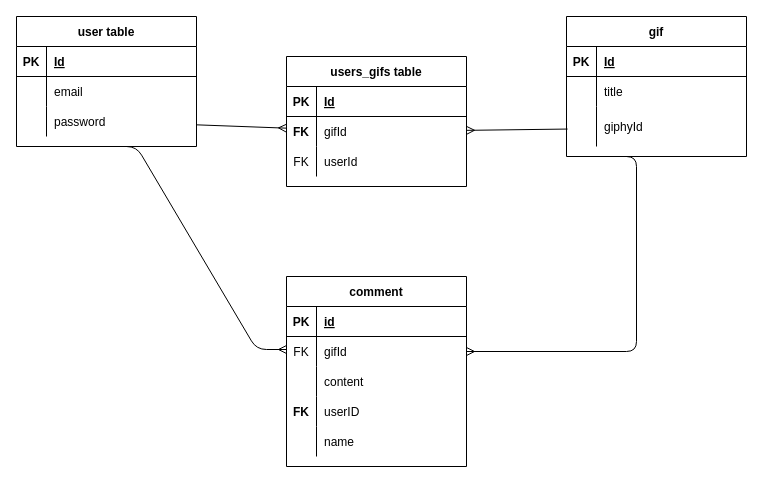
Before: .drawio in OmgVal/Project-2, a draw.io diagram. Source tidied: cells renumbered, new cells numbered last; positions are measured from the earlier drawing's top-left corner, leaving out a move shared by most shapes. Both pictures are drawn from the tidied source at 100%, with x=0, y=0 at pixel (16, 16).
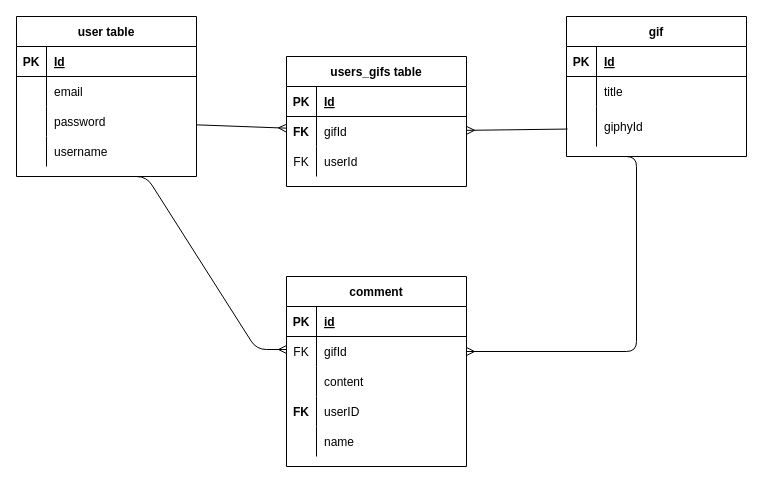
After the change.

Diff of the diagram source:
```diff
@@
     <mxCell id="2" value="user table" style="shape=table;startSize=30;childLayout=tableLayout;rowLines=0;fontStyle=1;align=center;" parent="1" vertex="1">
-      <mxGeometry width="180" height="130" as="geometry" />
+      <mxGeometry width="180" height="160" as="geometry" />
     </mxCell>
@@
+    <mxCell id="52" style="shape=partialRectangle;fillColor=none;top=0;left=0;bottom=0;right=0;" parent="2" vertex="1">
+      <mxGeometry y="120" width="180" height="30" as="geometry" />
+    </mxCell>
+    <mxCell id="53" style="shape=partialRectangle;fillColor=none;top=0;left=0;bottom=0;right=0;overflow=hidden;" parent="52" vertex="1">
+      <mxGeometry width="30" height="30" as="geometry" />
+    </mxCell>
+    <mxCell id="54" value="username" style="shape=partialRectangle;fillColor=none;top=0;left=0;bottom=0;right=0;align=left;spacingLeft=6;overflow=hidden;" parent="52" vertex="1">
+      <mxGeometry x="30" width="150" height="30" as="geometry" />
+    </mxCell>
@@
     <mxCell id="48" style="edgeStyle=entityRelationEdgeStyle;fontSize=12;html=1;endArrow=ERmany;" parent="1" edge="1">
       <mxGeometry relative="1" as="geometry">
-        <mxPoint x="90" y="130" as="sourcePoint" />
+        <mxPoint x="100" y="160" as="sourcePoint" />
         <mxPoint x="270" y="333" as="targetPoint" />
       </mxGeometry>
     </mxCell>
```
